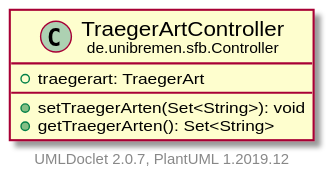
fkehlenb/softwareprojekt-2 keeps this PlantUML diagram as doc/UML/modulsichtSVG/TraegerArtController.svg. Above is the earlier version. The source it was exported from:
```plantuml
@startuml
    set namespaceSeparator none
    hide empty fields
    hide empty methods

    class "<size:14>TraegerArtController\n<size:10>de.unibremen.sfb.Controller" as de.unibremen.sfb.Controller.TraegerArtController [[TraegerArtController.html]] {
        +traegerart: TraegerArt
        +setTraegerArten(Set<String>): void
        +getTraegerArten(): Set<String>
    }

    center footer UMLDoclet 2.0.7, PlantUML 1.2019.12
@enduml
```
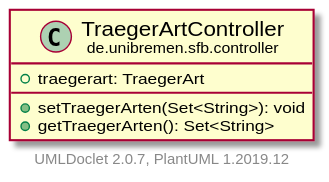
After the commit.

Diff of the diagram source:
```diff
@@ -3,7 +3,7 @@
     hide empty fields
     hide empty methods
 
-    class "<size:14>TraegerArtController\n<size:10>de.unibremen.sfb.Controller" as de.unibremen.sfb.Controller.TraegerArtController [[TraegerArtController.html]] {
+    class "<size:14>TraegerArtController\n<size:10>de.unibremen.sfb.controller" as de.unibremen.sfb.controller.TraegerArtController [[TraegerArtController.html]] {
         +traegerart: TraegerArt
         +setTraegerArten(Set<String>): void
         +getTraegerArten(): Set<String>
```
